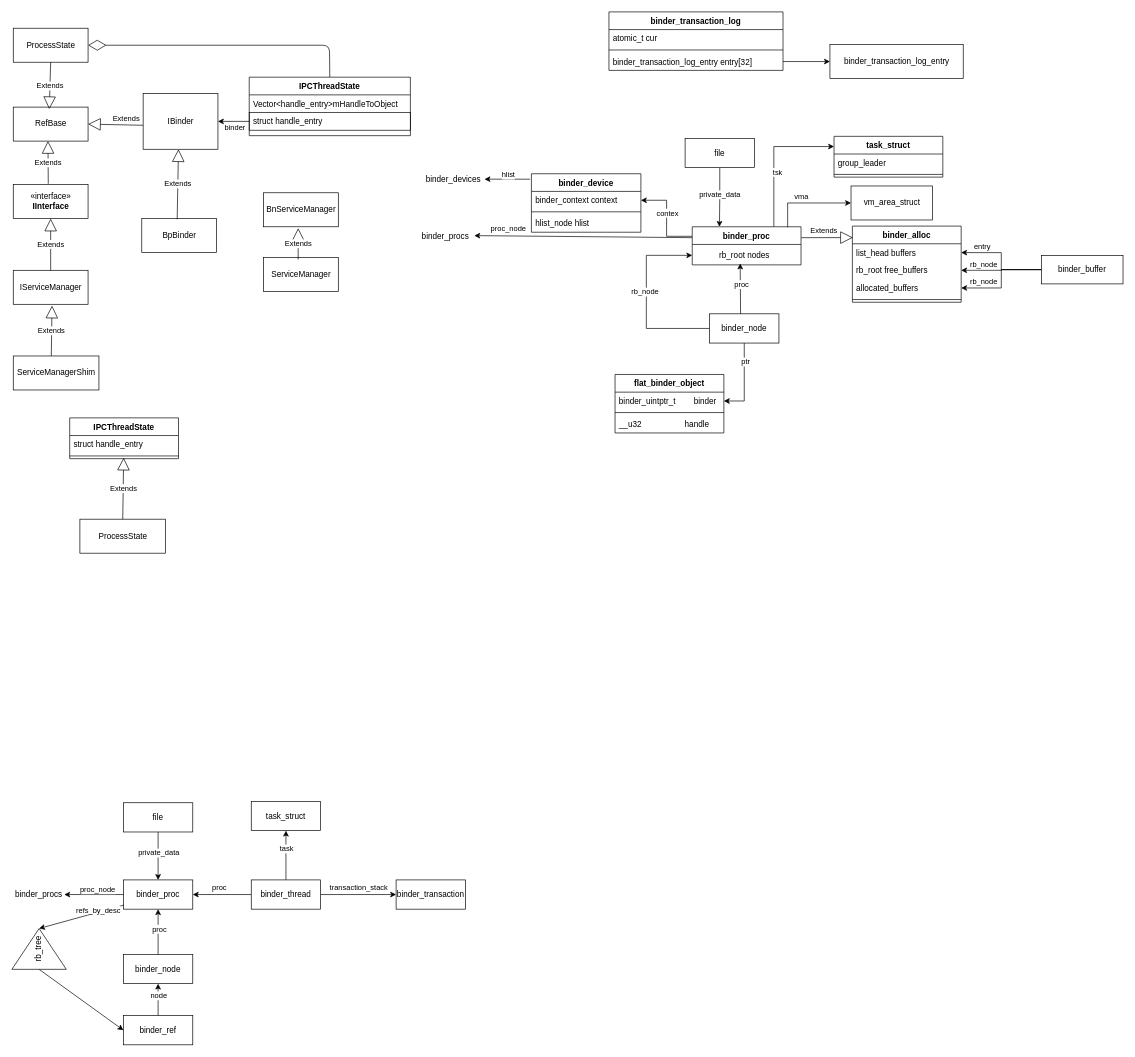
Above: Untitled Diagram.drawio in jasonactions/graph (draw.io), before the change. Source tidied: cells renumbered, new cells numbered last; positions are measured from the earlier drawing's top-left corner, leaving out a move shared by most shapes. Both pictures are drawn from the tidied source at 68%, with x=0, y=0 at pixel (13, 12).
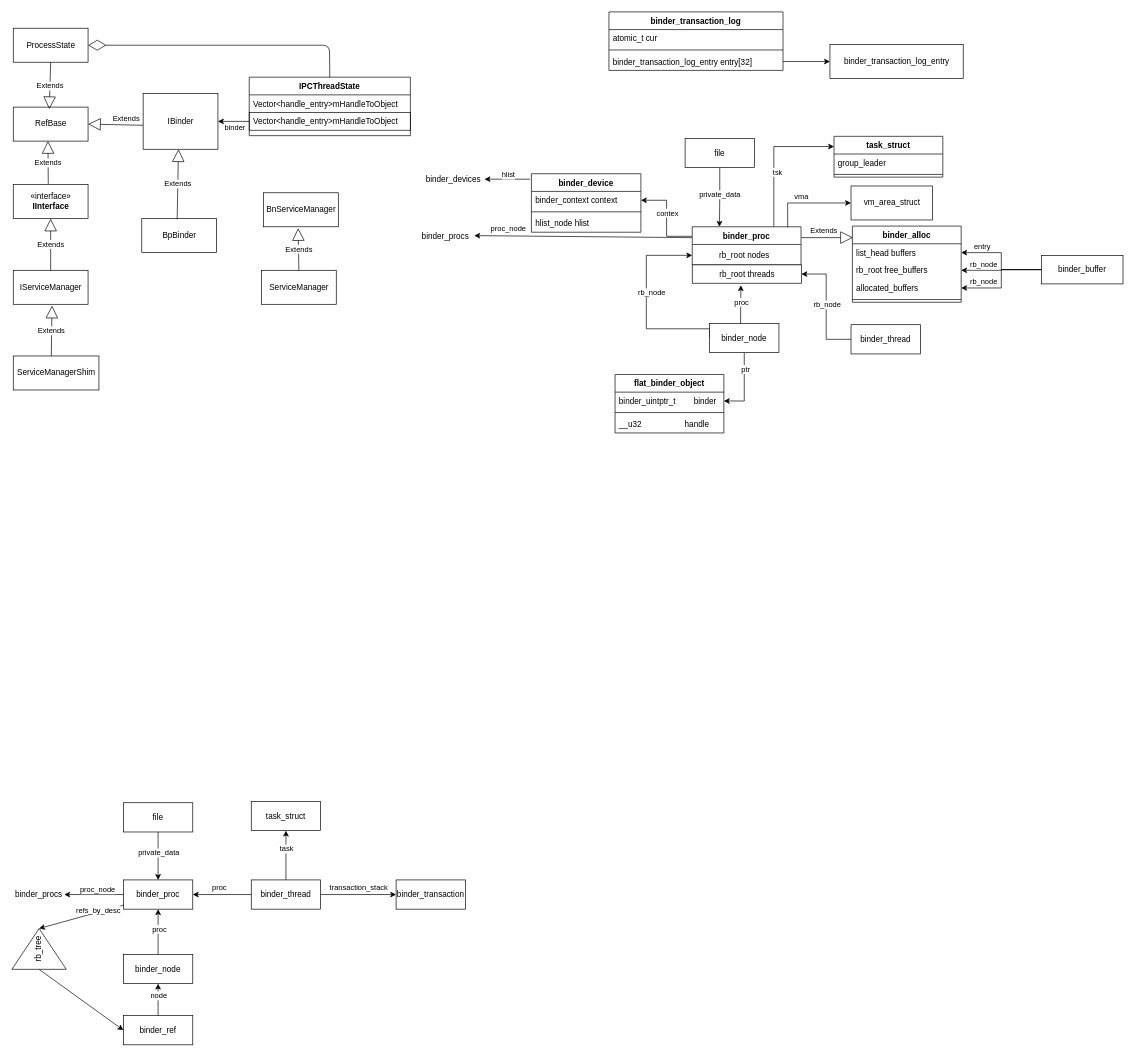
The same page after the edit.

Unchanged cells that the change refers to:
```xml
<mxCell id="16" value="IPCThreadState" style="swimlane;fontStyle=1;align=center;verticalAlign=top;horizontal=1;startSize=26;" parent="1" vertex="1">
  <mxGeometry x="347" y="96" width="237" height="86" as="geometry" />
</mxCell>
```

What changed in the source:
```diff
@@
-    <mxCell id="18" value="struct handle_entry" style="text;fillColor=none;align=left;verticalAlign=top;spacingLeft=4;spacingRight=4;overflow=hidden;points=[[0,0.5],[1,0.5]];portConstraint=eastwest;strokeColor=#000000;" parent="16" vertex="1">
+    <mxCell id="18" value="Vector&lt;handle_entry&gt;mHandleToObject" style="text;fillColor=none;align=left;verticalAlign=top;spacingLeft=4;spacingRight=4;overflow=hidden;points=[[0,0.5],[1,0.5]];portConstraint=eastwest;strokeColor=#000000;" parent="16" vertex="1">
       <mxGeometry y="52" width="237" height="26" as="geometry" />
     </mxCell>
@@
     <mxCell id="22" value="ServiceManager" style="html=1;strokeColor=#000000;" parent="1" vertex="1">
-      <mxGeometry x="368" y="361" width="110" height="50" as="geometry" />
+      <mxGeometry x="365" y="380" width="110" height="50" as="geometry" />
     </mxCell>
@@
-    <mxCell id="24" value="Extends" style="endArrow=block;endSize=16;endFill=0;html=1;" parent="1" edge="1">
+    <mxCell id="24" value="Extends" style="endArrow=block;endSize=16;endFill=0;html=1;exitX=0.5;exitY=0;exitDx=0;exitDy=0;" parent="1" edge="1" source="22">
       <mxGeometry relative="1" as="geometry">
-        <mxPoint x="419" y="364" as="sourcePoint" />
         <mxPoint x="419" y="318" as="targetPoint" />
       </mxGeometry>
     </mxCell>
@@
     <mxCell id="29" value="binder_node" style="rounded=0;whiteSpace=wrap;html=1;strokeColor=#000000;" parent="1" vertex="1">
-      <mxGeometry x="1024" y="444" width="102" height="43" as="geometry" />
+      <mxGeometry x="1024" y="458" width="102" height="43" as="geometry" />
     </mxCell>
@@
     <mxCell id="33" style="endArrow=classic;html=1;exitX=0.447;exitY=0;exitDx=0;exitDy=0;exitPerimeter=0;" parent="1" edge="1" source="29">
       <mxGeometry relative="1" as="geometry">
-        <mxPoint x="1069" y="370" as="targetPoint" />
+        <mxPoint x="1070" y="402" as="targetPoint" />
       </mxGeometry>
     </mxCell>
@@
-    <mxCell id="106" value="ProcessState" style="html=1;" parent="1" vertex="1">
-      <mxGeometry x="98" y="746" width="126" height="50" as="geometry" />
-    </mxCell>
-    <mxCell id="107" value="Extends" style="endArrow=block;endSize=16;endFill=0;html=1;exitX=0.5;exitY=0;exitDx=0;exitDy=0;entryX=0.496;entryY=0.825;entryDx=0;entryDy=0;entryPerimeter=0;" parent="1" edge="1" source="106" target="110">
-      <mxGeometry relative="1" as="geometry" />
-    </mxCell>
-    <mxCell id="108" value="IPCThreadState" style="swimlane;fontStyle=1;align=center;verticalAlign=top;horizontal=1;startSize=26;" parent="1" vertex="1">
-      <mxGeometry x="83" y="597" width="160" height="60" as="geometry" />
-    </mxCell>
-    <mxCell id="109" value="struct handle_entry" style="text;strokeColor=none;fillColor=none;align=left;verticalAlign=top;spacingLeft=4;spacingRight=4;overflow=hidden;" parent="108" vertex="1">
-      <mxGeometry y="26" width="160" height="26" as="geometry" />
-    </mxCell>
-    <mxCell id="110" style="line;strokeWidth=1;fillColor=none;align=left;verticalAlign=middle;spacingTop=-1;spacingLeft=3;spacingRight=3;labelPosition=right;points=[];portConstraint=eastwest;" parent="108" vertex="1">
-      <mxGeometry y="52" width="160" height="8" as="geometry" />
-    </mxCell>
+    <mxCell id="111" value="rb_root threads" style="rounded=0;whiteSpace=wrap;html=1;" parent="1" vertex="1">
+      <mxGeometry x="998.5" y="372" width="160.5" height="27" as="geometry" />
+    </mxCell>
+    <mxCell id="112" style="edgeStyle=orthogonalEdgeStyle;rounded=0;jettySize=auto;html=1;entryX=1;entryY=0.5;entryDx=0;entryDy=0;" parent="1" edge="1" source="114" target="111">
+      <mxGeometry relative="1" as="geometry" />
+    </mxCell>
+    <mxCell id="113" value="rb_node" style="edgeLabel;html=1;align=center;verticalAlign=middle;" parent="112" vertex="1">
+      <mxGeometry x="-0.16" y="-1" relative="1" as="geometry">
+        <mxPoint y="-17" as="offset" />
+      </mxGeometry>
+    </mxCell>
+    <mxCell id="114" value="binder_thread" style="rounded=0;whiteSpace=wrap;html=1;strokeColor=#000000;" parent="1" vertex="1">
+      <mxGeometry x="1232" y="460" width="102" height="43" as="geometry" />
+    </mxCell>
```
